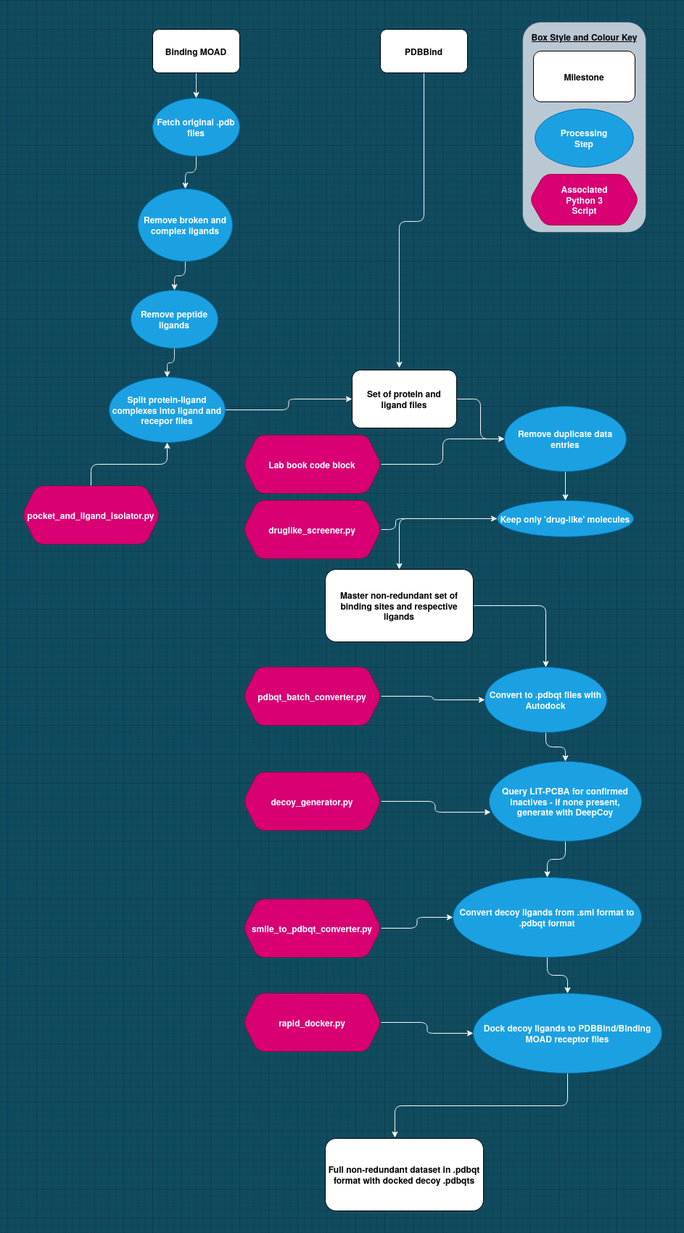
This is labbook/Images/data_cleaning.png from miles-mcgibbon/XGBScore, a draw.io export, as it was before one commit. Source tidied: cells renumbered, new cells last; positions are measured from the earlier drawing's top-left corner, leaving out a move shared by most shapes.
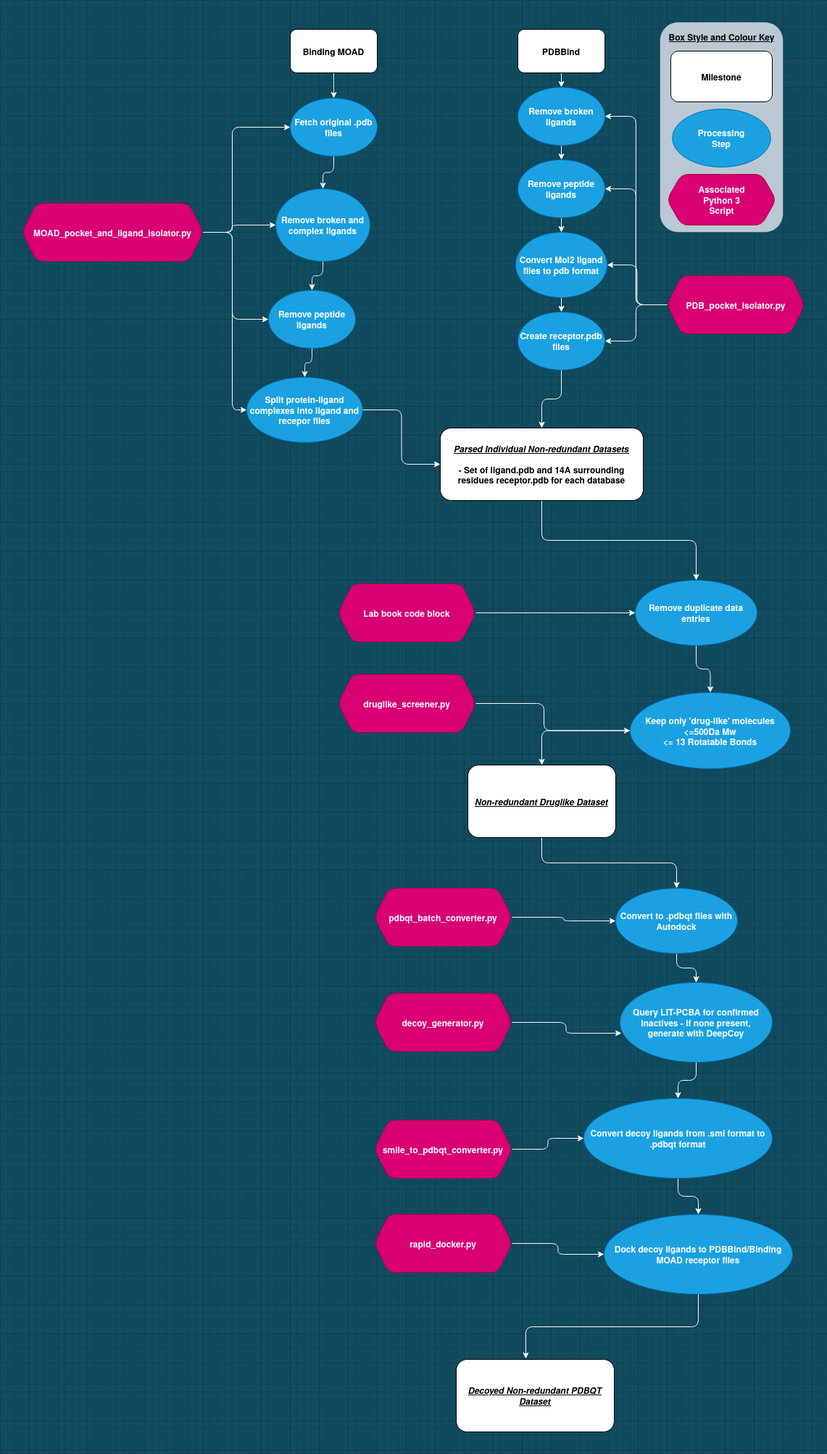
Later version of the same file.

Commit message:
Updated data cleaning and assembly flowchart

The edit, as a diff of the source:
```diff
@@ -11,9 +11,9 @@
     <mxCell id="4" value="Binding MOAD" style="rounded=1;whiteSpace=wrap;html=1;sketch=0;fontStyle=1;" parent="1" vertex="1">
       <mxGeometry x="180" y="10" width="120" height="60" as="geometry" />
     </mxCell>
-    <mxCell id="5" style="edgeStyle=orthogonalEdgeStyle;curved=0;rounded=1;sketch=0;jettySize=auto;html=1;entryX=0.451;entryY=-0.037;entryDx=0;entryDy=0;entryPerimeter=0;strokeColor=#F7F7F7;fillColor=#F45B69;fontColor=#E4FDE1;fontStyle=1;" parent="1" edge="1" source="6" target="11">
-      <mxGeometry relative="1" as="geometry" />
-    </mxCell>
+    <mxCell id="50" style="edgeStyle=orthogonalEdgeStyle;rounded=1;jettySize=auto;html=1;strokeColor=#FAFAFA;" parent="1" edge="1" source="6" target="55">
+      <mxGeometry relative="1" as="geometry" />
+    </mxCell>
     <mxCell id="6" value="PDBBind" style="rounded=1;whiteSpace=wrap;html=1;sketch=0;fontStyle=1;" parent="1" vertex="1">
       <mxGeometry x="494" y="10" width="120" height="60" as="geometry" />
     </mxCell>
@@ -29,97 +29,126 @@
     <mxCell id="10" style="edgeStyle=orthogonalEdgeStyle;curved=0;rounded=1;sketch=0;jettySize=auto;html=1;strokeColor=#F7F7F7;fillColor=#F45B69;fontColor=#E4FDE1;fontStyle=1;" parent="1" edge="1" source="11" target="17">
       <mxGeometry relative="1" as="geometry" />
     </mxCell>
-    <mxCell id="11" value="&lt;div&gt;Set of protein and &lt;br&gt;&lt;/div&gt;&lt;div&gt;ligand files&lt;/div&gt;" style="rounded=1;whiteSpace=wrap;html=1;sketch=0;fontStyle=1;" parent="1" vertex="1">
-      <mxGeometry x="455" y="480" width="144" height="80" as="geometry" />
+    <mxCell id="11" value="&lt;div&gt;&lt;u&gt;&lt;i&gt;Parsed Individual Non-redundant Datasets&lt;/i&gt;&lt;/u&gt;&lt;br&gt;&lt;/div&gt;&lt;div&gt;&lt;br&gt;&lt;/div&gt;&lt;div&gt;- Set of ligand.pdb and 14A surrounding residues receptor.pdb for each database&lt;br&gt;&lt;/div&gt;" style="rounded=1;whiteSpace=wrap;html=1;sketch=0;fontStyle=1;" parent="1" vertex="1">
+      <mxGeometry x="387" y="560" width="280" height="100" as="geometry" />
     </mxCell>
     <mxCell id="12" style="edgeStyle=orthogonalEdgeStyle;curved=0;rounded=1;sketch=0;jettySize=auto;html=1;strokeColor=#F7F7F7;fillColor=#F45B69;fontColor=#E4FDE1;fontStyle=1;" parent="1" edge="1" source="13" target="15">
       <mxGeometry relative="1" as="geometry" />
     </mxCell>
     <mxCell id="13" value="Convert to .pdbqt files with Autodock" style="ellipse;whiteSpace=wrap;html=1;rounded=0;sketch=0;strokeColor=#006EAF;fillColor=#1ba1e2;fontColor=#ffffff;fontStyle=1;" parent="1" vertex="1">
-      <mxGeometry x="638" y="890" width="168" height="90" as="geometry" />
+      <mxGeometry x="629" y="1195" width="168" height="90" as="geometry" />
     </mxCell>
     <mxCell id="14" style="edgeStyle=orthogonalEdgeStyle;rounded=1;jettySize=auto;html=1;strokeColor=#FAFAFA;fontStyle=1;" parent="1" edge="1" source="15" target="23">
       <mxGeometry relative="1" as="geometry" />
     </mxCell>
     <mxCell id="15" value="&lt;div&gt;Query LIT-PCBA for confirmed inactives - if none present, &lt;br&gt;&lt;/div&gt;&lt;div&gt;generate with DeepCoy &lt;/div&gt;" style="ellipse;whiteSpace=wrap;html=1;rounded=0;sketch=0;strokeColor=#006EAF;fillColor=#1ba1e2;fontColor=#ffffff;fontStyle=1;" parent="1" vertex="1">
-      <mxGeometry x="644" y="1020" width="210" height="110" as="geometry" />
+      <mxGeometry x="635" y="1325" width="210" height="110" as="geometry" />
     </mxCell>
-    <mxCell id="16" value="Full non-redundant dataset in .pdbqt format with docked decoy .pdbqts" style="rounded=1;whiteSpace=wrap;html=1;sketch=0;fontStyle=1;" parent="1" vertex="1">
-      <mxGeometry x="418" y="1540" width="218" height="100" as="geometry" />
+    <mxCell id="16" value="&lt;i&gt;&lt;u&gt;&lt;b&gt;Decoyed Non-redundant PDBQT Dataset&lt;br&gt;&lt;/b&gt;&lt;/u&gt;&lt;/i&gt;" style="rounded=1;whiteSpace=wrap;html=1;sketch=0;fontStyle=1;" parent="1" vertex="1">
+      <mxGeometry x="409" y="1845" width="218" height="100" as="geometry" />
     </mxCell>
     <mxCell id="17" value="&lt;div&gt;Remove duplicate data &lt;br&gt;&lt;/div&gt;&lt;div&gt;entries&lt;/div&gt;" style="ellipse;whiteSpace=wrap;html=1;rounded=0;sketch=0;strokeColor=#006EAF;fillColor=#1ba1e2;fontColor=#ffffff;fontStyle=1;" parent="1" vertex="1">
-      <mxGeometry x="665" y="530" width="168" height="90" as="geometry" />
+      <mxGeometry x="656" y="770" width="168" height="90" as="geometry" />
     </mxCell>
     <mxCell id="18" style="edgeStyle=orthogonalEdgeStyle;rounded=1;jettySize=auto;html=1;entryX=0.5;entryY=0;entryDx=0;entryDy=0;strokeColor=#FAFAFA;" parent="1" edge="1" source="19" target="21">
       <mxGeometry relative="1" as="geometry" />
     </mxCell>
-    <mxCell id="19" value="Keep only 'drug-like' molecules" style="ellipse;whiteSpace=wrap;html=1;rounded=0;sketch=0;strokeColor=#006EAF;fillColor=#1ba1e2;fontColor=#ffffff;fontStyle=1;" parent="1" vertex="1">
-      <mxGeometry x="655" y="660" width="188" height="50" as="geometry" />
+    <mxCell id="19" value="&lt;div&gt;Keep only 'drug-like' molecules&lt;/div&gt;&lt;div&gt;&amp;lt;=500Da Mw&lt;/div&gt;&lt;div&gt;&amp;lt;= 13 Rotatable Bonds&lt;br&gt;&lt;/div&gt;" style="ellipse;whiteSpace=wrap;html=1;rounded=0;sketch=0;strokeColor=#006EAF;fillColor=#1ba1e2;fontColor=#ffffff;fontStyle=1;" parent="1" vertex="1">
+      <mxGeometry x="649" y="925" width="221" height="105" as="geometry" />
     </mxCell>
     <mxCell id="20" style="edgeStyle=orthogonalEdgeStyle;rounded=1;jettySize=auto;html=1;entryX=0.5;entryY=0;entryDx=0;entryDy=0;strokeColor=#FAFAFA;" parent="1" edge="1" source="21" target="13">
       <mxGeometry relative="1" as="geometry" />
     </mxCell>
-    <mxCell id="21" value="Master non-redundant set of binding sites and respective ligands" style="rounded=1;whiteSpace=wrap;html=1;sketch=0;fontStyle=1;" parent="1" vertex="1">
-      <mxGeometry x="418" y="755" width="204" height="100" as="geometry" />
+    <mxCell id="21" value="&lt;u&gt;&lt;i&gt;Non-redundant Druglike Dataset&lt;br&gt;&lt;/i&gt;&lt;/u&gt;" style="rounded=1;whiteSpace=wrap;html=1;sketch=0;fontStyle=1;" parent="1" vertex="1">
+      <mxGeometry x="425" y="1025" width="204" height="100" as="geometry" />
     </mxCell>
     <mxCell id="22" style="edgeStyle=orthogonalEdgeStyle;rounded=1;jettySize=auto;html=1;strokeColor=#FAFAFA;fontStyle=1;" parent="1" edge="1" source="23" target="25">
       <mxGeometry relative="1" as="geometry" />
     </mxCell>
     <mxCell id="23" value="Convert decoy ligands from .smi format to .pdbqt format" style="ellipse;whiteSpace=wrap;html=1;rounded=0;sketch=0;strokeColor=#006EAF;fillColor=#1ba1e2;fontColor=#ffffff;fontStyle=1;" parent="1" vertex="1">
-      <mxGeometry x="594" y="1180" width="260" height="110" as="geometry" />
+      <mxGeometry x="585" y="1485" width="260" height="110" as="geometry" />
     </mxCell>
     <mxCell id="24" style="edgeStyle=orthogonalEdgeStyle;rounded=1;jettySize=auto;html=1;entryX=0.44;entryY=-0.01;entryDx=0;entryDy=0;entryPerimeter=0;strokeColor=#FAFAFA;fontStyle=1;" parent="1" edge="1" source="25" target="16">
       <mxGeometry relative="1" as="geometry" />
     </mxCell>
     <mxCell id="25" value="Dock decoy ligands to PDBBind/Binding MOAD receptor files" style="ellipse;whiteSpace=wrap;html=1;rounded=0;sketch=0;strokeColor=#006EAF;fillColor=#1ba1e2;fontColor=#ffffff;fontStyle=1;" parent="1" vertex="1">
-      <mxGeometry x="622" y="1340" width="260" height="110" as="geometry" />
+      <mxGeometry x="613" y="1645" width="260" height="110" as="geometry" />
     </mxCell>
+    <mxCell id="51" style="edgeStyle=orthogonalEdgeStyle;rounded=1;jettySize=auto;html=1;entryX=0;entryY=0.5;entryDx=0;entryDy=0;strokeColor=#FAFAFA;" parent="1" edge="1" source="27" target="49">
+      <mxGeometry relative="1" as="geometry">
+        <Array as="points">
+          <mxPoint x="100" y="290" />
+          <mxPoint x="100" y="145" />
+        </Array>
+      </mxGeometry>
+    </mxCell>
+    <mxCell id="52" style="edgeStyle=orthogonalEdgeStyle;rounded=1;jettySize=auto;html=1;strokeColor=#FAFAFA;" parent="1" edge="1" source="27" target="45">
+      <mxGeometry relative="1" as="geometry">
+        <Array as="points">
+          <mxPoint x="100" y="290" />
+          <mxPoint x="100" y="280" />
+        </Array>
+      </mxGeometry>
+    </mxCell>
+    <mxCell id="53" style="edgeStyle=orthogonalEdgeStyle;rounded=1;jettySize=auto;html=1;entryX=0;entryY=0.5;entryDx=0;entryDy=0;strokeColor=#FAFAFA;" parent="1" edge="1" source="27" target="47">
+      <mxGeometry relative="1" as="geometry">
+        <Array as="points">
+          <mxPoint x="100" y="290" />
+          <mxPoint x="100" y="410" />
+        </Array>
+      </mxGeometry>
+    </mxCell>
-    <mxCell id="26" style="edgeStyle=orthogonalEdgeStyle;rounded=1;jettySize=auto;html=1;entryX=0.5;entryY=1;entryDx=0;entryDy=0;strokeColor=#FAFAFA;" parent="1" edge="1" source="27" target="8">
-      <mxGeometry relative="1" as="geometry" />
+    <mxCell id="26" style="edgeStyle=orthogonalEdgeStyle;rounded=1;jettySize=auto;html=1;entryX=0;entryY=0.5;entryDx=0;entryDy=0;strokeColor=#FAFAFA;" parent="1" edge="1" source="27" target="8">
+      <mxGeometry relative="1" as="geometry">
+        <Array as="points">
+          <mxPoint x="100" y="290" />
+          <mxPoint x="100" y="535" />
+        </Array>
+      </mxGeometry>
     </mxCell>
-    <mxCell id="27" value="pocket_and_ligand_isolator.py" style="shape=hexagon;perimeter=hexagonPerimeter2;whiteSpace=wrap;html=1;fixedSize=1;rounded=1;fontStyle=1;strokeColor=#A50040;fillColor=#d80073;sketch=0;fontColor=#ffffff;" parent="1" vertex="1">
-      <mxGeometry y="640" width="190" height="80" as="geometry" />
+    <mxCell id="27" value="MOAD_pocket_and_ligand_isolator.py" style="shape=hexagon;perimeter=hexagonPerimeter2;whiteSpace=wrap;html=1;fixedSize=1;rounded=1;fontStyle=1;strokeColor=#A50040;fillColor=#d80073;sketch=0;fontColor=#ffffff;" parent="1" vertex="1">
+      <mxGeometry x="-190" y="250" width="250" height="80" as="geometry" />
     </mxCell>
     <mxCell id="28" style="edgeStyle=orthogonalEdgeStyle;rounded=1;jettySize=auto;html=1;strokeColor=#FAFAFA;" parent="1" edge="1" source="29" target="17">
       <mxGeometry relative="1" as="geometry" />
     </mxCell>
     <mxCell id="29" value="Lab book code block" style="shape=hexagon;perimeter=hexagonPerimeter2;whiteSpace=wrap;html=1;fixedSize=1;rounded=1;fontStyle=1;strokeColor=#A50040;fillColor=#d80073;sketch=0;fontColor=#ffffff;" parent="1" vertex="1">
-      <mxGeometry x="305" y="570" width="190" height="80" as="geometry" />
+      <mxGeometry x="246" y="775" width="190" height="80" as="geometry" />
     </mxCell>
-    <mxCell id="30" style="edgeStyle=orthogonalEdgeStyle;rounded=1;jettySize=auto;html=1;strokeColor=#FAFAFA;" parent="1" edge="1" source="31" target="19">
+    <mxCell id="30" style="edgeStyle=orthogonalEdgeStyle;rounded=1;jettySize=auto;html=1;entryX=0;entryY=0.5;entryDx=0;entryDy=0;strokeColor=#FAFAFA;" parent="1" edge="1" source="31" target="19">
       <mxGeometry relative="1" as="geometry">
         <Array as="points">
-          <mxPoint x="515" y="700" />
-          <mxPoint x="515" y="685" />
+          <mxPoint x="530" y="940" />
+          <mxPoint x="530" y="978" />
         </Array>
       </mxGeometry>
     </mxCell>
     <mxCell id="31" value="druglike_screener.py" style="shape=hexagon;perimeter=hexagonPerimeter2;whiteSpace=wrap;html=1;fixedSize=1;rounded=1;fontStyle=1;strokeColor=#A50040;fillColor=#d80073;sketch=0;fontColor=#ffffff;" parent="1" vertex="1">
-      <mxGeometry x="305" y="660" width="190" height="80" as="geometry" />
+      <mxGeometry x="246" y="900" width="190" height="80" as="geometry" />
     </mxCell>
     <mxCell id="32" style="edgeStyle=orthogonalEdgeStyle;rounded=1;jettySize=auto;html=1;entryX=0;entryY=0.5;entryDx=0;entryDy=0;strokeColor=#FAFAFA;" parent="1" edge="1" source="33" target="13">
       <mxGeometry relative="1" as="geometry" />
     </mxCell>
     <mxCell id="33" value="pdbqt_batch_converter.py" style="shape=hexagon;perimeter=hexagonPerimeter2;whiteSpace=wrap;html=1;fixedSize=1;rounded=1;fontStyle=1;strokeColor=#A50040;fillColor=#d80073;sketch=0;fontColor=#ffffff;" parent="1" vertex="1">
-      <mxGeometry x="305" y="890" width="190" height="80" as="geometry" />
+      <mxGeometry x="296" y="1195" width="190" height="80" as="geometry" />
     </mxCell>
     <mxCell id="34" style="edgeStyle=orthogonalEdgeStyle;rounded=1;jettySize=auto;html=1;entryX=0.01;entryY=0.636;entryDx=0;entryDy=0;entryPerimeter=0;strokeColor=#FAFAFA;" parent="1" edge="1" source="35" target="15">
       <mxGeometry relative="1" as="geometry" />
     </mxCell>
     <mxCell id="35" value="decoy_generator.py" style="shape=hexagon;perimeter=hexagonPerimeter2;whiteSpace=wrap;html=1;fixedSize=1;rounded=1;fontStyle=1;strokeColor=#A50040;fillColor=#d80073;sketch=0;fontColor=#ffffff;" parent="1" vertex="1">
-      <mxGeometry x="305" y="1035" width="190" height="80" as="geometry" />
+      <mxGeometry x="296" y="1340" width="190" height="80" as="geometry" />
     </mxCell>
     <mxCell id="36" style="edgeStyle=orthogonalEdgeStyle;rounded=1;jettySize=auto;html=1;entryX=0;entryY=0.5;entryDx=0;entryDy=0;strokeColor=#FAFAFA;" parent="1" edge="1" source="37" target="23">
       <mxGeometry relative="1" as="geometry" />
     </mxCell>
     <mxCell id="37" value="smile_to_pdbqt_converter.py" style="shape=hexagon;perimeter=hexagonPerimeter2;whiteSpace=wrap;html=1;fixedSize=1;rounded=1;fontStyle=1;strokeColor=#A50040;fillColor=#d80073;sketch=0;fontColor=#ffffff;" parent="1" vertex="1">
-      <mxGeometry x="305" y="1210" width="190" height="80" as="geometry" />
+      <mxGeometry x="296" y="1515" width="190" height="80" as="geometry" />
     </mxCell>
     <mxCell id="38" style="edgeStyle=orthogonalEdgeStyle;rounded=1;jettySize=auto;html=1;entryX=0;entryY=0.5;entryDx=0;entryDy=0;strokeColor=#FAFAFA;" parent="1" edge="1" source="39" target="25">
       <mxGeometry relative="1" as="geometry" />
     </mxCell>
     <mxCell id="39" value="rapid_docker.py" style="shape=hexagon;perimeter=hexagonPerimeter2;whiteSpace=wrap;html=1;fixedSize=1;rounded=1;fontStyle=1;strokeColor=#A50040;fillColor=#d80073;sketch=0;fontColor=#ffffff;" parent="1" vertex="1">
-      <mxGeometry x="305" y="1340" width="190" height="80" as="geometry" />
+      <mxGeometry x="296" y="1645" width="190" height="80" as="geometry" />
     </mxCell>
     <mxCell id="40" value="&lt;b&gt;Milestone&lt;/b&gt;" style="rounded=1;whiteSpace=wrap;html=1;perimeterSpacing=5;strokeWidth=1;" parent="1" vertex="1">
       <mxGeometry x="705" y="40" width="140" height="70" as="geometry" />
@@ -151,5 +180,44 @@
     <mxCell id="49" value="Fetch original .pdb files" style="ellipse;whiteSpace=wrap;html=1;rounded=1;fontStyle=1;sketch=0;fillColor=#1ba1e2;strokeColor=#006EAF;fontColor=#ffffff;" parent="1" vertex="1">
       <mxGeometry x="180" y="105" width="120" height="80" as="geometry" />
     </mxCell>
+    <mxCell id="54" style="edgeStyle=orthogonalEdgeStyle;rounded=1;jettySize=auto;html=1;strokeColor=#FAFAFA;" parent="1" edge="1" source="55" target="57">
+      <mxGeometry relative="1" as="geometry" />
+    </mxCell>
+    <mxCell id="55" value="Remove broken ligands" style="ellipse;whiteSpace=wrap;html=1;rounded=1;fontStyle=1;sketch=0;fillColor=#1ba1e2;strokeColor=#006EAF;fontColor=#ffffff;" parent="1" vertex="1">
+      <mxGeometry x="494" y="90" width="120" height="80" as="geometry" />
+    </mxCell>
+    <mxCell id="56" style="edgeStyle=orthogonalEdgeStyle;rounded=1;jettySize=auto;html=1;strokeColor=#FAFAFA;" parent="1" edge="1" source="57" target="59">
+      <mxGeometry relative="1" as="geometry" />
+    </mxCell>
+    <mxCell id="57" value="Remove peptide ligands" style="ellipse;whiteSpace=wrap;html=1;rounded=1;fontStyle=1;sketch=0;fillColor=#1ba1e2;strokeColor=#006EAF;fontColor=#ffffff;" parent="1" vertex="1">
+      <mxGeometry x="494" y="190" width="120" height="80" as="geometry" />
+    </mxCell>
+    <mxCell id="58" style="edgeStyle=orthogonalEdgeStyle;rounded=1;jettySize=auto;html=1;entryX=0.5;entryY=0;entryDx=0;entryDy=0;strokeColor=#FAFAFA;" parent="1" edge="1" source="59" target="61">
+      <mxGeometry relative="1" as="geometry" />
+    </mxCell>
+    <mxCell id="59" value="Convert Mol2 ligand files to pdb format" style="ellipse;whiteSpace=wrap;html=1;rounded=1;fontStyle=1;sketch=0;fillColor=#1ba1e2;strokeColor=#006EAF;fontColor=#ffffff;" parent="1" vertex="1">
+      <mxGeometry x="491" y="290" width="126" height="90" as="geometry" />
+    </mxCell>
+    <mxCell id="60" style="edgeStyle=orthogonalEdgeStyle;rounded=1;jettySize=auto;html=1;entryX=0.5;entryY=0;entryDx=0;entryDy=0;strokeColor=#FAFAFA;" parent="1" edge="1" source="61" target="11">
+      <mxGeometry relative="1" as="geometry" />
+    </mxCell>
+    <mxCell id="61" value="Create receptor.pdb files" style="ellipse;whiteSpace=wrap;html=1;fillColor=#1ba1e2;strokeColor=#006EAF;fontColor=#ffffff;fontStyle=1;" parent="1" vertex="1">
+      <mxGeometry x="494" y="400" width="120" height="80" as="geometry" />
+    </mxCell>
+    <mxCell id="62" style="edgeStyle=orthogonalEdgeStyle;rounded=1;jettySize=auto;html=1;entryX=1;entryY=0.5;entryDx=0;entryDy=0;strokeColor=#FAFAFA;" parent="1" edge="1" source="66" target="55">
+      <mxGeometry relative="1" as="geometry" />
+    </mxCell>
+    <mxCell id="63" style="edgeStyle=orthogonalEdgeStyle;rounded=1;jettySize=auto;html=1;entryX=1;entryY=0.5;entryDx=0;entryDy=0;strokeColor=#FAFAFA;" parent="1" edge="1" source="66" target="57">
+      <mxGeometry relative="1" as="geometry" />
+    </mxCell>
+    <mxCell id="64" style="edgeStyle=orthogonalEdgeStyle;rounded=1;jettySize=auto;html=1;strokeColor=#FAFAFA;" parent="1" edge="1" source="66" target="59">
+      <mxGeometry relative="1" as="geometry" />
+    </mxCell>
+    <mxCell id="65" style="edgeStyle=orthogonalEdgeStyle;rounded=1;jettySize=auto;html=1;entryX=1;entryY=0.5;entryDx=0;entryDy=0;strokeColor=#FAFAFA;" parent="1" edge="1" source="66" target="61">
+      <mxGeometry relative="1" as="geometry" />
+    </mxCell>
+    <mxCell id="66" value="&lt;div&gt;PDB_pocket_isolator.py&lt;/div&gt;" style="shape=hexagon;perimeter=hexagonPerimeter2;whiteSpace=wrap;html=1;fixedSize=1;rounded=1;fontStyle=1;strokeColor=#A50040;fillColor=#d80073;sketch=0;fontColor=#ffffff;" parent="1" vertex="1">
+      <mxGeometry x="699.8" y="350" width="190" height="80" as="geometry" />
+    </mxCell>
   </root>
 </mxGraphModel>
```
